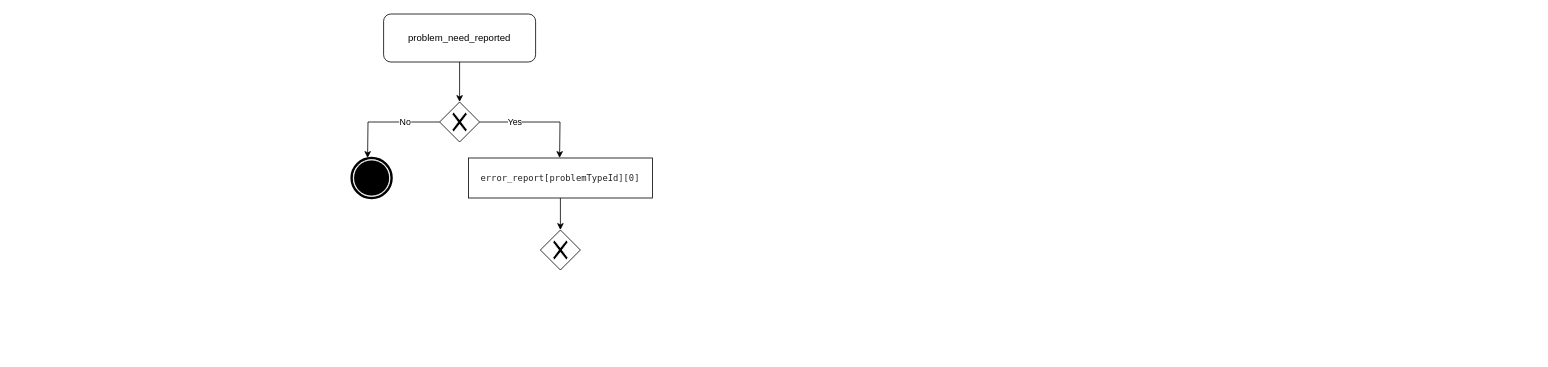
This is report-error.drawio from yvelio/test, a draw.io file, before an edit. Source tidied: cells renumbered, new cells numbered last; positions are measured from the earlier drawing's top-left corner, leaving out a move shared by most shapes. Both pictures are drawn from the tidied source at 80%, with x=0, y=0 at pixel (351, 14).
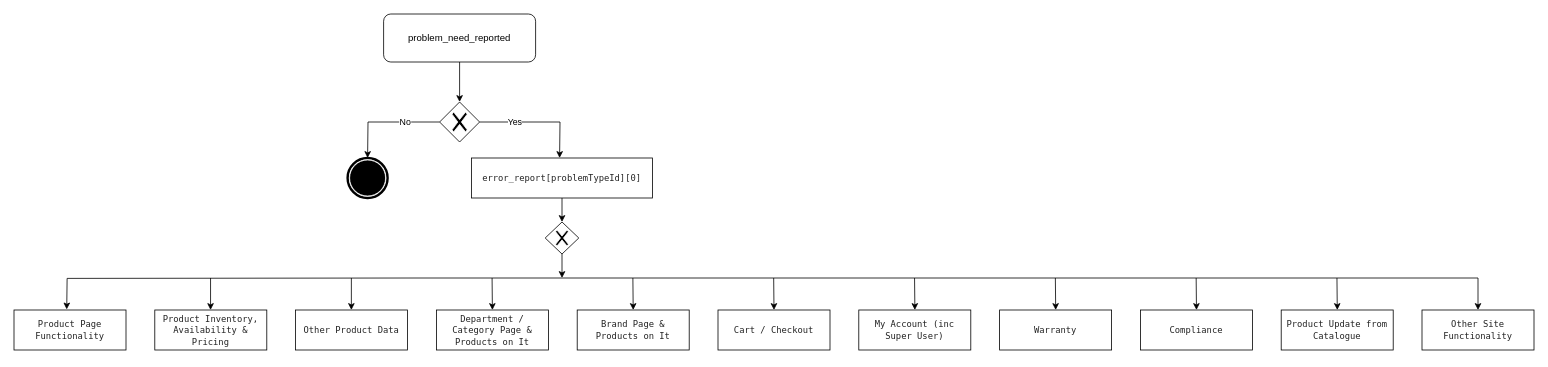
After the change.

Diff of the diagram source:
```diff
@@
-    <mxCell id="7" style="edgeStyle=orthogonalEdgeStyle;rounded=0;jettySize=auto;html=1;" parent="1" edge="1" source="8" target="10">
-      <mxGeometry relative="1" as="geometry" />
-    </mxCell>
+    <mxCell id="11" style="edgeStyle=none;rounded=0;jettySize=auto;html=1;" parent="1" edge="1" source="8">
+      <mxGeometry relative="1" as="geometry">
+        <mxPoint x="263" y="260" as="targetPoint" />
+      </mxGeometry>
+    </mxCell>
-    <mxCell id="8" value="&lt;span style=&quot;color: rgb(34 , 34 , 34) ; font-family: &amp;#34;menlo&amp;#34; , monospace ; font-size: 11px ; text-align: left ; background-color: rgb(255 , 255 , 255)&quot;&gt;error_report[problemTypeId][0]&lt;/span&gt;" style="whiteSpace=wrap;html=1;" parent="1" vertex="1">
-      <mxGeometry x="146" y="180" width="230" height="50" as="geometry" />
+    <mxCell id="8" value="&lt;span style=&quot;color: rgb(34 , 34 , 34) ; font-family: &amp;#34;menlo&amp;#34; , monospace ; font-size: 11px ; text-align: left ; background-color: rgb(255 , 255 , 255)&quot;&gt;error_report[problemTypeId][0]&lt;/span&gt;" style="whiteSpace=wrap;html=1;verticalAlign=middle;" parent="1" vertex="1">
+      <mxGeometry x="150" y="180" width="226" height="50" as="geometry" />
     </mxCell>
     <mxCell id="9" style="shape=mxgraph.bpmn.shape;html=1;verticalLabelPosition=bottom;labelBackgroundColor=#ffffff;verticalAlign=top;align=center;perimeter=ellipsePerimeter;outline=end;symbol=terminate;" parent="1" vertex="1">
-      <mxGeometry y="180" width="50" height="50" as="geometry" />
+      <mxGeometry x="-5" y="180" width="50" height="50" as="geometry" />
     </mxCell>
-    <mxCell id="10" style="shape=mxgraph.bpmn.shape;html=1;verticalLabelPosition=bottom;labelBackgroundColor=#ffffff;verticalAlign=top;align=center;perimeter=rhombusPerimeter;background=gateway;outlineConnect=0;outline=none;symbol=exclusiveGw;" parent="1" vertex="1">
-      <mxGeometry x="236" y="270" width="50" height="50" as="geometry" />
-    </mxCell>
+    <mxCell id="12" style="edgeStyle=none;rounded=0;jettySize=auto;html=1;" parent="1" edge="1" source="13">
+      <mxGeometry relative="1" as="geometry">
+        <mxPoint x="263" y="330" as="targetPoint" />
+      </mxGeometry>
+    </mxCell>
+    <mxCell id="13" style="shape=mxgraph.bpmn.shape;html=1;verticalLabelPosition=bottom;labelBackgroundColor=#ffffff;verticalAlign=top;align=center;perimeter=rhombusPerimeter;background=gateway;outlineConnect=0;outline=none;symbol=exclusiveGw;" parent="1" vertex="1">
+      <mxGeometry x="242" y="260" width="42" height="40" as="geometry" />
+    </mxCell>
+    <mxCell id="14" style="edgeStyle=none;rounded=0;orthogonalLoop=1;jettySize=auto;html=1;exitX=1;exitY=0.5;exitDx=0;exitDy=0;" parent="1" edge="1" source="13" target="13">
+      <mxGeometry relative="1" as="geometry" />
+    </mxCell>
+    <mxCell id="15" style="edgeStyle=none;rounded=0;orthogonalLoop=1;jettySize=auto;html=1;exitX=0;exitY=0.5;exitDx=0;exitDy=0;" parent="1" edge="1" source="13" target="13">
+      <mxGeometry relative="1" as="geometry" />
+    </mxCell>
+    <mxCell id="16" style="group;" parent="1" vertex="1">
+      <mxGeometry x="-422" y="330" width="1900" height="90" as="geometry" />
+    </mxCell>
+    <mxCell id="17" value="&lt;span style=&quot;color: rgb(34 , 34 , 34) ; font-family: &amp;#34;menlo&amp;#34; , monospace ; font-size: 11px ; text-align: left ; background-color: rgb(255 , 255 , 255)&quot;&gt;Product Page Functionality&lt;br&gt;     &lt;/span&gt;" style="whiteSpace=wrap;html=1;verticalAlign=middle;" parent="16" vertex="1">
+      <mxGeometry y="40" width="140" height="50" as="geometry" />
+    </mxCell>
+    <mxCell id="18" style="endArrow=classic;html=1;" parent="16" edge="1">
+      <mxGeometry x="205.7" y="-2" as="geometry">
+        <mxPoint x="245.7" as="sourcePoint" />
+        <mxPoint x="245.7" y="40" as="targetPoint" />
+      </mxGeometry>
+    </mxCell>
+    <mxCell id="19" value="&lt;span style=&quot;color: rgb(34 , 34 , 34) ; font-family: &amp;#34;menlo&amp;#34; , monospace ; font-size: 11px ; text-align: left ; background-color: rgb(255 , 255 , 255)&quot;&gt;Product Inventory, Availability &amp;amp; Pricing&lt;/span&gt;&lt;span style=&quot;color: rgb(34 , 34 , 34) ; font-family: &amp;#34;menlo&amp;#34; , monospace ; font-size: 11px ; text-align: left ; background-color: rgb(255 , 255 , 255)&quot;&gt;&lt;br&gt;     &lt;/span&gt;" style="whiteSpace=wrap;html=1;verticalAlign=middle;" parent="16" vertex="1">
+      <mxGeometry x="176" y="40" width="140" height="50" as="geometry" />
+    </mxCell>
+    <mxCell id="20" value="&lt;br class=&quot;Apple-interchange-newline&quot;&gt;&lt;span style=&quot;color: rgb(34 , 34 , 34) ; font-family: &amp;#34;menlo&amp;#34; , monospace ; font-size: 11px ; text-align: left ; background-color: rgb(255 , 255 , 255)&quot;&gt;Other Product Data&lt;br&gt;     &lt;/span&gt;&lt;span style=&quot;color: rgb(34 , 34 , 34) ; font-family: &amp;#34;menlo&amp;#34; , monospace ; font-size: 11px ; text-align: left ; background-color: rgb(255 , 255 , 255)&quot;&gt;&lt;br&gt;     &lt;/span&gt;" style="whiteSpace=wrap;html=1;verticalAlign=middle;" parent="16" vertex="1">
+      <mxGeometry x="352" y="40" width="140" height="50" as="geometry" />
+    </mxCell>
+    <mxCell id="21" style="edgeStyle=none;rounded=0;orthogonalLoop=1;jettySize=auto;html=1;entryX=0.5;entryY=0;entryDx=0;entryDy=0;" parent="16" edge="1" source="20" target="20">
+      <mxGeometry x="176" as="geometry" />
+    </mxCell>
+    <mxCell id="22" style="edgeStyle=orthogonalEdgeStyle;rounded=0;jettySize=auto;html=1;entryX=0.5;entryY=0;entryDx=0;entryDy=0;" parent="16" edge="1" target="31">
+      <mxGeometry x="760" y="15" as="geometry">
+        <mxPoint x="500" as="sourcePoint" />
+        <Array as="points">
+          <mxPoint x="1830" />
+        </Array>
+      </mxGeometry>
+    </mxCell>
+    <mxCell id="23" value="&lt;span style=&quot;color: rgb(34 , 34 , 34) ; font-family: &amp;#34;menlo&amp;#34; , monospace ; font-size: 11px ; text-align: left ; background-color: rgb(255 , 255 , 255)&quot;&gt;Department / Category Page &amp;amp; Products on It&lt;/span&gt;&lt;span style=&quot;color: rgb(34 , 34 , 34) ; font-family: &amp;#34;menlo&amp;#34; , monospace ; font-size: 11px ; text-align: left ; background-color: rgb(255 , 255 , 255)&quot;&gt;&lt;br&gt;     &lt;/span&gt;" style="whiteSpace=wrap;html=1;verticalAlign=middle;" parent="16" vertex="1">
+      <mxGeometry x="528" y="40" width="140" height="50" as="geometry" />
+    </mxCell>
+    <mxCell id="24" value="&lt;span style=&quot;color: rgb(34 , 34 , 34) ; font-family: &amp;#34;menlo&amp;#34; , monospace ; font-size: 11px ; text-align: left ; background-color: rgb(255 , 255 , 255)&quot;&gt;Brand Page &amp;amp; Products on It&lt;/span&gt;&lt;span style=&quot;color: rgb(34 , 34 , 34) ; font-family: &amp;#34;menlo&amp;#34; , monospace ; font-size: 11px ; text-align: left ; background-color: rgb(255 , 255 , 255)&quot;&gt;&lt;br&gt;     &lt;/span&gt;" style="whiteSpace=wrap;html=1;verticalAlign=middle;" parent="16" vertex="1">
+      <mxGeometry x="704" y="40" width="140" height="50" as="geometry" />
+    </mxCell>
+    <mxCell id="25" value="&lt;span style=&quot;color: rgb(34 , 34 , 34) ; font-family: &amp;#34;menlo&amp;#34; , monospace ; font-size: 11px ; text-align: left ; background-color: rgb(255 , 255 , 255)&quot;&gt;Cart / Checkout&lt;/span&gt;&lt;span style=&quot;color: rgb(34 , 34 , 34) ; font-family: &amp;#34;menlo&amp;#34; , monospace ; font-size: 11px ; text-align: left ; background-color: rgb(255 , 255 , 255)&quot;&gt;&lt;br&gt;     &lt;/span&gt;" style="whiteSpace=wrap;html=1;verticalAlign=middle;" parent="16" vertex="1">
+      <mxGeometry x="880" y="40" width="140" height="50" as="geometry" />
+    </mxCell>
+    <mxCell id="26" style="endArrow=classic;html=1;entryX=0.5;entryY=0;entryDx=0;entryDy=0;" parent="16" edge="1">
+      <mxGeometry x="557.6" y="-2" as="geometry">
+        <mxPoint x="597.6" as="sourcePoint" />
+        <mxPoint x="598" y="40" as="targetPoint" />
+        <Array as="points">
+          <mxPoint x="598" />
+        </Array>
+      </mxGeometry>
+    </mxCell>
+    <mxCell id="27" value="&lt;span style=&quot;color: rgb(34 , 34 , 34) ; font-family: &amp;#34;menlo&amp;#34; , monospace ; font-size: 11px ; text-align: left ; background-color: rgb(255 , 255 , 255)&quot;&gt;&lt;br&gt;      My Account (inc Super User)&lt;br&gt;     &lt;/span&gt;&lt;span style=&quot;color: rgb(34 , 34 , 34) ; font-family: &amp;#34;menlo&amp;#34; , monospace ; font-size: 11px ; text-align: left ; background-color: rgb(255 , 255 , 255)&quot;&gt;&lt;br&gt;     &lt;/span&gt;" style="whiteSpace=wrap;html=1;verticalAlign=middle;" parent="16" vertex="1">
+      <mxGeometry x="1056" y="40" width="140" height="50" as="geometry" />
+    </mxCell>
+    <mxCell id="28" value="&lt;br class=&quot;Apple-interchange-newline&quot;&gt;&lt;span style=&quot;color: rgb(34 , 34 , 34) ; font-family: &amp;#34;menlo&amp;#34; , monospace ; font-size: 11px ; text-align: left ; background-color: rgb(255 , 255 , 255)&quot;&gt;Warranty&lt;br&gt;     &lt;/span&gt;&lt;span style=&quot;color: rgb(34 , 34 , 34) ; font-family: &amp;#34;menlo&amp;#34; , monospace ; font-size: 11px ; text-align: left ; background-color: rgb(255 , 255 , 255)&quot;&gt;&lt;br&gt;     &lt;/span&gt;" style="whiteSpace=wrap;html=1;verticalAlign=middle;" parent="16" vertex="1">
+      <mxGeometry x="1232" y="40" width="140" height="50" as="geometry" />
+    </mxCell>
+    <mxCell id="29" value="&lt;span style=&quot;color: rgb(34 , 34 , 34) ; font-family: &amp;#34;menlo&amp;#34; , monospace ; font-size: 11px ; text-align: left ; background-color: rgb(255 , 255 , 255)&quot;&gt;Compliance&lt;/span&gt;&lt;span style=&quot;color: rgb(34 , 34 , 34) ; font-family: &amp;#34;menlo&amp;#34; , monospace ; font-size: 11px ; text-align: left ; background-color: rgb(255 , 255 , 255)&quot;&gt;&lt;br&gt;     &lt;/span&gt;" style="whiteSpace=wrap;html=1;verticalAlign=middle;" parent="16" vertex="1">
+      <mxGeometry x="1408" y="40" width="140" height="50" as="geometry" />
+    </mxCell>
+    <mxCell id="30" value="&lt;span style=&quot;color: rgb(34 , 34 , 34) ; font-family: &amp;#34;menlo&amp;#34; , monospace ; font-size: 11px ; text-align: left ; background-color: rgb(255 , 255 , 255)&quot;&gt;&lt;br&gt;      Product Update from Catalogue&lt;br&gt;     &lt;/span&gt;&lt;span style=&quot;color: rgb(34 , 34 , 34) ; font-family: &amp;#34;menlo&amp;#34; , monospace ; font-size: 11px ; text-align: left ; background-color: rgb(255 , 255 , 255)&quot;&gt;&lt;br&gt;     &lt;/span&gt;" style="whiteSpace=wrap;html=1;verticalAlign=middle;" parent="16" vertex="1">
+      <mxGeometry x="1584" y="40" width="140" height="50" as="geometry" />
+    </mxCell>
+    <mxCell id="31" value="&lt;span style=&quot;color: rgb(34 , 34 , 34) ; font-family: &amp;#34;menlo&amp;#34; , monospace ; font-size: 11px ; text-align: left ; background-color: rgb(255 , 255 , 255)&quot;&gt;Other Site Functionality&lt;/span&gt;&lt;span style=&quot;color: rgb(34 , 34 , 34) ; font-family: &amp;#34;menlo&amp;#34; , monospace ; font-size: 11px ; text-align: left ; background-color: rgb(255 , 255 , 255)&quot;&gt;&lt;br&gt;     &lt;/span&gt;" style="whiteSpace=wrap;html=1;verticalAlign=middle;" parent="16" vertex="1">
+      <mxGeometry x="1760" y="40" width="140" height="50" as="geometry" />
+    </mxCell>
+    <mxCell id="32" style="endArrow=classic;html=1;entryX=0.5;entryY=0;entryDx=0;entryDy=0;" parent="16" edge="1">
+      <mxGeometry x="733.6" y="-2" as="geometry">
+        <mxPoint x="773.6" as="sourcePoint" />
+        <mxPoint x="774" y="40" as="targetPoint" />
+      </mxGeometry>
+    </mxCell>
+    <mxCell id="33" style="endArrow=classic;html=1;entryX=0.5;entryY=0;entryDx=0;entryDy=0;" parent="16" edge="1">
+      <mxGeometry x="909.6" y="-2" as="geometry">
+        <mxPoint x="949.6" as="sourcePoint" />
+        <mxPoint x="950" y="40" as="targetPoint" />
+      </mxGeometry>
+    </mxCell>
+    <mxCell id="34" style="endArrow=classic;html=1;entryX=0.5;entryY=0;entryDx=0;entryDy=0;" parent="16" edge="1">
+      <mxGeometry x="1085.7" y="-2" as="geometry">
+        <mxPoint x="1125.7" as="sourcePoint" />
+        <mxPoint x="1126.1" y="40" as="targetPoint" />
+      </mxGeometry>
+    </mxCell>
+    <mxCell id="35" style="endArrow=classic;html=1;" parent="16" edge="1">
+      <mxGeometry x="381.7" y="-2" as="geometry">
+        <mxPoint x="421.7" as="sourcePoint" />
+        <mxPoint x="421.7" y="40" as="targetPoint" />
+      </mxGeometry>
+    </mxCell>
+    <mxCell id="36" style="endArrow=classic;html=1;entryX=0.5;entryY=0;entryDx=0;entryDy=0;" parent="16" edge="1">
+      <mxGeometry x="1261.7" y="-2" as="geometry">
+        <mxPoint x="1301.7" as="sourcePoint" />
+        <mxPoint x="1302.1" y="40" as="targetPoint" />
+      </mxGeometry>
+    </mxCell>
+    <mxCell id="37" style="endArrow=classic;html=1;entryX=0.5;entryY=0;entryDx=0;entryDy=0;" parent="16" edge="1">
+      <mxGeometry x="1437.7" y="-2" as="geometry">
+        <mxPoint x="1477.7" as="sourcePoint" />
+        <mxPoint x="1478.1" y="40" as="targetPoint" />
+      </mxGeometry>
+    </mxCell>
+    <mxCell id="38" style="endArrow=classic;html=1;entryX=0.5;entryY=0;entryDx=0;entryDy=0;" parent="16" edge="1">
+      <mxGeometry x="1613.7" y="-2" as="geometry">
+        <mxPoint x="1653.7" as="sourcePoint" />
+        <mxPoint x="1654.1" y="40" as="targetPoint" />
+      </mxGeometry>
+    </mxCell>
+    <mxCell id="39" style="edgeStyle=orthogonalEdgeStyle;rounded=0;orthogonalLoop=1;jettySize=auto;html=1;entryX=0.471;entryY=0.006;entryDx=0;entryDy=0;entryPerimeter=0;" parent="16" edge="1">
+      <mxGeometry x="327" y="-25" as="geometry">
+        <mxPoint x="500" as="sourcePoint" />
+        <mxPoint x="65.9" y="39.3" as="targetPoint" />
+      </mxGeometry>
+    </mxCell>
```
